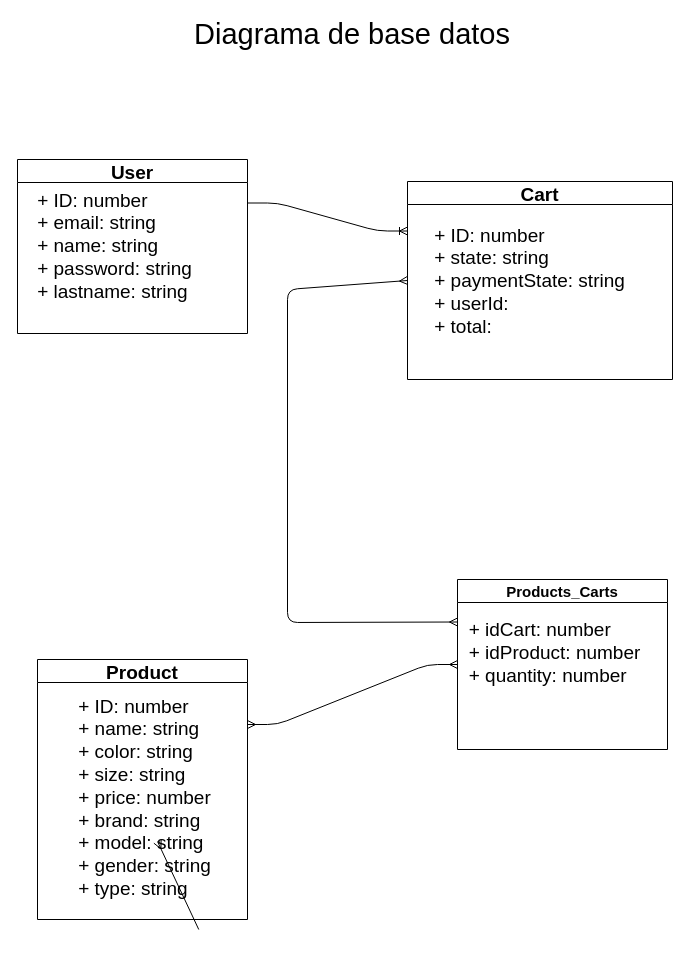
Before: Diagrams.drawio in IGUNUBLUE/tubeSoftChallenge, a draw.io diagram. Source tidied: cells renumbered, new cells numbered last; positions are measured from the earlier drawing's top-left corner, leaving out a move shared by most shapes. Both pictures are drawn from the tidied source at 100%, with x=0, y=0 at pixel (17, 19).
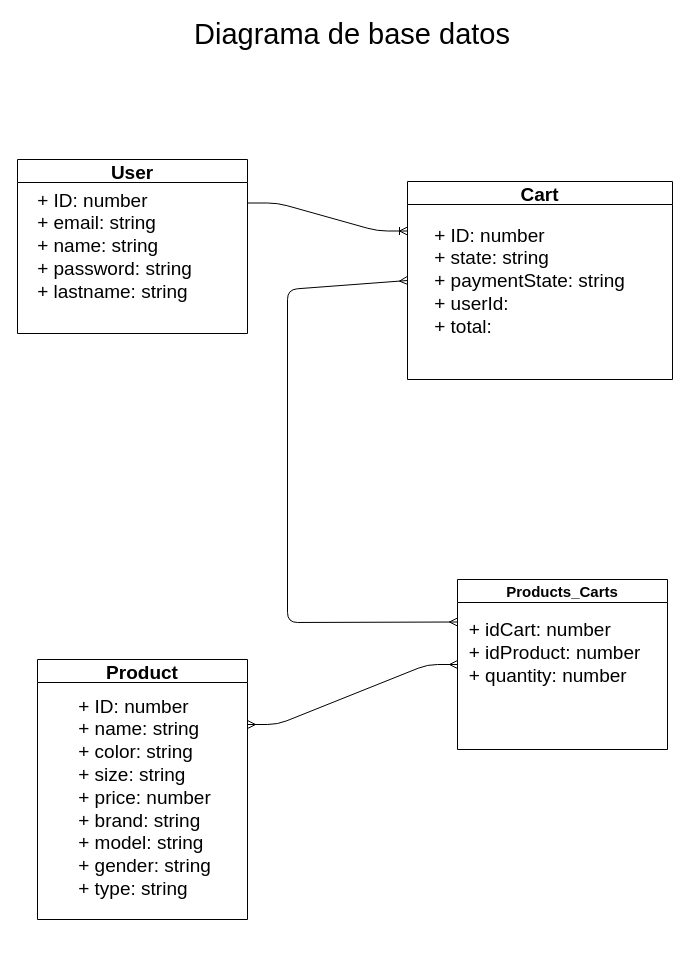
Above is the later version.

Commit message:
clean diagrams

Diff of the diagram source:
```diff
@@
 <mxGraphModel>
   <root>
     <mxCell id="0" />
     <mxCell id="1" parent="0" />
     <mxCell id="2" value="User" style="swimlane;fontSize=19;" parent="1" vertex="1">
       <mxGeometry y="140" width="230" height="174" as="geometry" />
     </mxCell>
     <mxCell id="3" value="&lt;p style=&quot;text-align: left; margin: 0px 0px 0px 4px; font-size: 19px;&quot;&gt;+ ID: number&lt;br style=&quot;font-size: 19px;&quot;&gt;+ email: string&lt;/p&gt;&lt;p style=&quot;text-align: left; margin: 0px 0px 0px 4px; font-size: 19px;&quot;&gt;+ name: string&lt;br style=&quot;font-size: 19px;&quot;&gt;&lt;/p&gt;&lt;p style=&quot;text-align: left; margin: 0px 0px 0px 4px; font-size: 19px;&quot;&gt;+ password: string&lt;br style=&quot;font-size: 19px;&quot;&gt;&lt;/p&gt;&lt;p style=&quot;text-align: left; margin: 0px 0px 0px 4px; font-size: 19px;&quot;&gt;+ lastname: string&lt;/p&gt;" style="text;html=1;align=center;verticalAlign=middle;strokeColor=none;fillColor=none;fontSize=19;" parent="2" vertex="1">
       <mxGeometry x="10" y="27" width="170" height="120" as="geometry" />
     </mxCell>
     <mxCell id="4" style="edgeStyle=none;html=1;fontSize=19;endArrow=ERmany;endFill=0;exitX=0;exitY=0.5;exitDx=0;exitDy=0;entryX=0;entryY=0.25;entryDx=0;entryDy=0;startArrow=ERmany;startFill=0;" parent="1" edge="1" source="5" target="9">
       <mxGeometry relative="1" as="geometry">
         <Array as="points">
           <mxPoint x="270" y="270" />
           <mxPoint x="270" y="603" />
         </Array>
       </mxGeometry>
     </mxCell>
     <mxCell id="5" value="Cart" style="swimlane;fontSize=19;" parent="1" vertex="1">
       <mxGeometry x="390" y="162" width="265" height="198" as="geometry" />
     </mxCell>
     <mxCell id="6" value="&lt;p style=&quot;text-align: left; margin: 0px 0px 0px 4px; font-size: 19px;&quot;&gt;+ ID: number&lt;br style=&quot;font-size: 19px;&quot;&gt;+ state: string&lt;/p&gt;&lt;p style=&quot;text-align: left; margin: 0px 0px 0px 4px; font-size: 19px;&quot;&gt;+ paymentState: string&lt;br style=&quot;font-size: 19px;&quot;&gt;&lt;/p&gt;&lt;p style=&quot;text-align: left; margin: 0px 0px 0px 4px; font-size: 19px;&quot;&gt;+ userId:&lt;br style=&quot;font-size: 19px;&quot;&gt;&lt;/p&gt;&lt;p style=&quot;text-align: left; margin: 0px 0px 0px 4px; font-size: 19px;&quot;&gt;+ total:&lt;/p&gt;" style="text;html=1;align=center;verticalAlign=middle;strokeColor=none;fillColor=none;fontSize=19;" parent="5" vertex="1">
       <mxGeometry x="15" y="40" width="210" height="120" as="geometry" />
     </mxCell>
     <mxCell id="7" value="Product" style="swimlane;fontSize=19;" parent="1" vertex="1">
       <mxGeometry x="20" y="640" width="210" height="260" as="geometry" />
     </mxCell>
     <mxCell id="8" value="&lt;p style=&quot;text-align: left; margin: 0px 0px 0px 4px; font-size: 19px;&quot;&gt;+ ID: number&lt;/p&gt;&lt;p style=&quot;text-align: left; margin: 0px 0px 0px 4px; font-size: 19px;&quot;&gt;+ name: string&lt;br style=&quot;font-size: 19px;&quot;&gt;+ color: string&lt;/p&gt;&lt;p style=&quot;text-align: left; margin: 0px 0px 0px 4px; font-size: 19px;&quot;&gt;+ size: string&lt;br style=&quot;font-size: 19px;&quot;&gt;&lt;/p&gt;&lt;p style=&quot;text-align: left; margin: 0px 0px 0px 4px; font-size: 19px;&quot;&gt;+ price: number&lt;/p&gt;&lt;p style=&quot;text-align: left; margin: 0px 0px 0px 4px; font-size: 19px;&quot;&gt;+ brand: string&lt;br style=&quot;font-size: 19px;&quot;&gt;&lt;/p&gt;&lt;p style=&quot;text-align: left; margin: 0px 0px 0px 4px; font-size: 19px;&quot;&gt;+ model: string&lt;br style=&quot;font-size: 19px;&quot;&gt;&lt;/p&gt;&lt;p style=&quot;text-align: left; margin: 0px 0px 0px 4px; font-size: 19px;&quot;&gt;+ gender: string&lt;/p&gt;&lt;p style=&quot;text-align: left; margin: 0px 0px 0px 4px; font-size: 19px;&quot;&gt;+ type: string&lt;/p&gt;&lt;div style=&quot;font-size: 19px;&quot;&gt;&lt;br style=&quot;font-size: 19px;&quot;&gt;&lt;/div&gt;" style="text;html=1;align=center;verticalAlign=middle;points=[];strokeColor=none;fillColor=none;fontSize=19;" parent="7" vertex="1">
       <mxGeometry x="30" y="30" width="150" height="240" as="geometry" />
     </mxCell>
     <mxCell id="9" value="Products_Carts" style="swimlane;fontSize=15;" parent="1" vertex="1">
       <mxGeometry x="440" y="560" width="210" height="170" as="geometry" />
     </mxCell>
     <mxCell id="10" value="&lt;p style=&quot;text-align: left ; margin: 0px 0px 0px 4px ; font-size: 19px&quot;&gt;&lt;font style=&quot;font-size: 19px&quot;&gt;+ idCart: number&lt;/font&gt;&lt;/p&gt;&lt;p style=&quot;text-align: left ; margin: 0px 0px 0px 4px ; font-size: 19px&quot;&gt;&lt;font style=&quot;font-size: 19px&quot;&gt;+ idProduct: number&lt;br&gt;&lt;/font&gt;&lt;/p&gt;&lt;p style=&quot;text-align: left ; margin: 0px 0px 0px 4px ; font-size: 19px&quot;&gt;&lt;font style=&quot;font-size: 19px&quot;&gt;+ quantity: number&lt;br&gt;&lt;/font&gt;&lt;/p&gt;&lt;div style=&quot;font-size: 19px&quot;&gt;&lt;br&gt;&lt;/div&gt;" style="text;html=1;align=center;verticalAlign=middle;strokeColor=none;fillColor=none;" parent="9" vertex="1">
       <mxGeometry y="55" width="190" height="60" as="geometry" />
     </mxCell>
     <mxCell id="11" style="edgeStyle=entityRelationEdgeStyle;fontSize=19;html=1;endArrow=ERmany;startArrow=ERmany;entryX=0;entryY=0.5;entryDx=0;entryDy=0;exitX=1;exitY=0.25;exitDx=0;exitDy=0;" parent="1" edge="1" source="7" target="9">
       <mxGeometry relative="1" as="geometry" />
     </mxCell>
     <mxCell id="12" style="edgeStyle=entityRelationEdgeStyle;fontSize=19;html=1;endArrow=ERoneToMany;exitX=1;exitY=0.25;exitDx=0;exitDy=0;entryX=0;entryY=0.25;entryDx=0;entryDy=0;" parent="1" edge="1" source="2" target="5">
       <mxGeometry relative="1" as="geometry" />
     </mxCell>
     <mxCell id="13" value="&lt;font style=&quot;font-size: 29px&quot;&gt;Diagrama de base datos&lt;/font&gt;" style="text;html=1;strokeColor=none;fillColor=none;align=center;verticalAlign=middle;whiteSpace=wrap;rounded=0;" parent="1" vertex="1">
       <mxGeometry x="165" width="340" height="30" as="geometry" />
     </mxCell>
-    <mxCell id="14" style="edgeStyle=none;html=1;fontSize=19;endArrow=ERmany;endFill=0;" parent="1" edge="1" source="8">
-      <mxGeometry relative="1" as="geometry">
-        <mxPoint x="140" y="822" as="targetPoint" />
-      </mxGeometry>
-    </mxCell>
   </root>
 </mxGraphModel>
```
